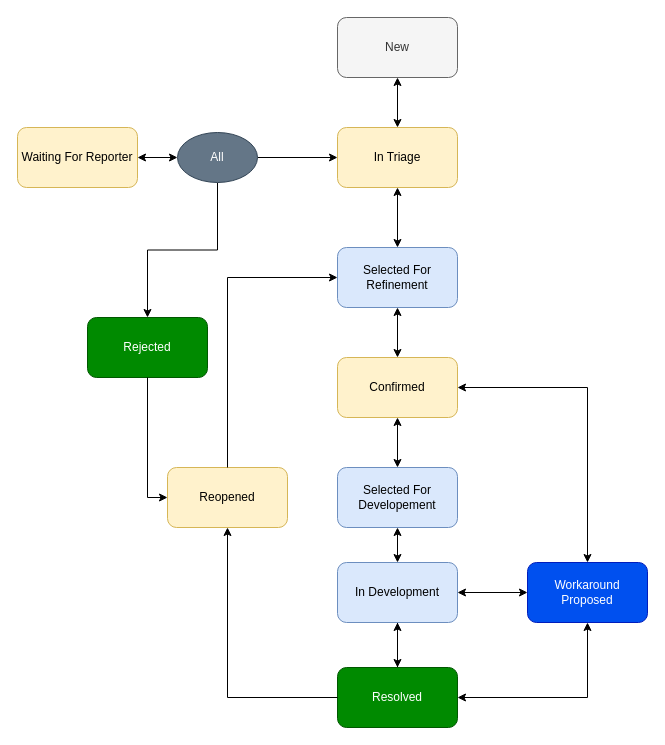
Earlier version of the draw.io diagram JIRA-Bug-Flow.drawio (MKlimuszka/project-management). Source tidied: cells renumbered, new cells numbered last; positions are measured from the earlier drawing's top-left corner, leaving out a move shared by most shapes. Both pictures are drawn from the tidied source at 100%, with x=0, y=0 at pixel (17, 17).
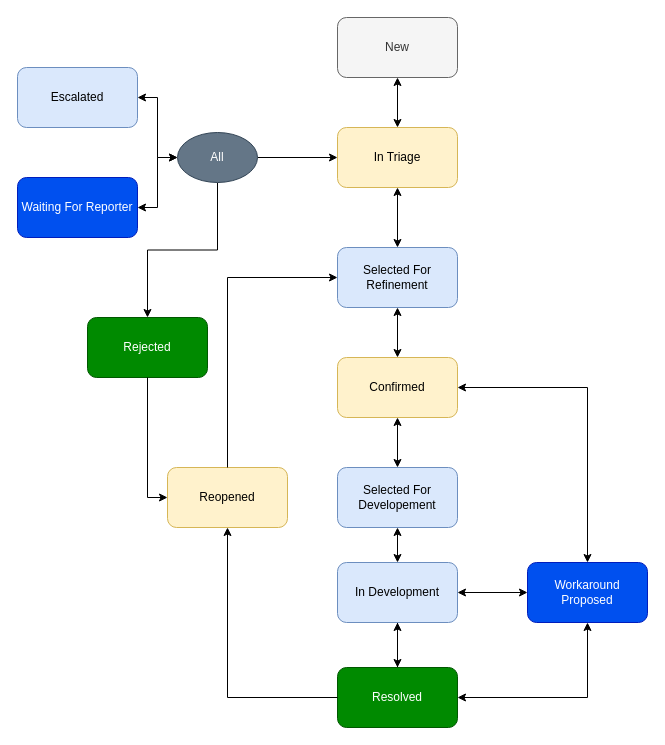
The same diagram, later.

Unchanged cells that the change refers to:
```xml
<mxCell id="25" value="All" style="ellipse;whiteSpace=wrap;html=1;fillColor=#647687;fontColor=#ffffff;strokeColor=#314354;" parent="1" vertex="1">
  <mxGeometry x="160" y="115" width="80" height="50" as="geometry" />
</mxCell>
```

What changed in the source:
```diff
@@
-    <mxCell id="3" value="Waiting For Reporter" style="rounded=1;whiteSpace=wrap;html=1;fillColor=#fff2cc;strokeColor=#d6b656;" parent="1" vertex="1">
-      <mxGeometry y="110" width="120" height="60" as="geometry" />
+    <mxCell id="3" value="Waiting For Reporter" style="rounded=1;whiteSpace=wrap;html=1;fillColor=#0050ef;strokeColor=#001DBC;fontColor=#ffffff;" parent="1" vertex="1">
+      <mxGeometry y="160" width="120" height="60" as="geometry" />
     </mxCell>
@@
+    <mxCell id="30" value="Escalated" style="rounded=1;whiteSpace=wrap;html=1;fillColor=#dae8fc;strokeColor=#6c8ebf;" parent="1" vertex="1">
+      <mxGeometry y="50" width="120" height="60" as="geometry" />
+    </mxCell>
+    <mxCell id="31" style="edgeStyle=orthogonalEdgeStyle;rounded=0;jettySize=auto;html=1;startArrow=classic;startFill=1;exitX=0;exitY=0.5;exitDx=0;exitDy=0;entryX=1;entryY=0.5;entryDx=0;entryDy=0;" parent="1" edge="1" source="25" target="30">
+      <mxGeometry relative="1" as="geometry" />
+    </mxCell>
```
